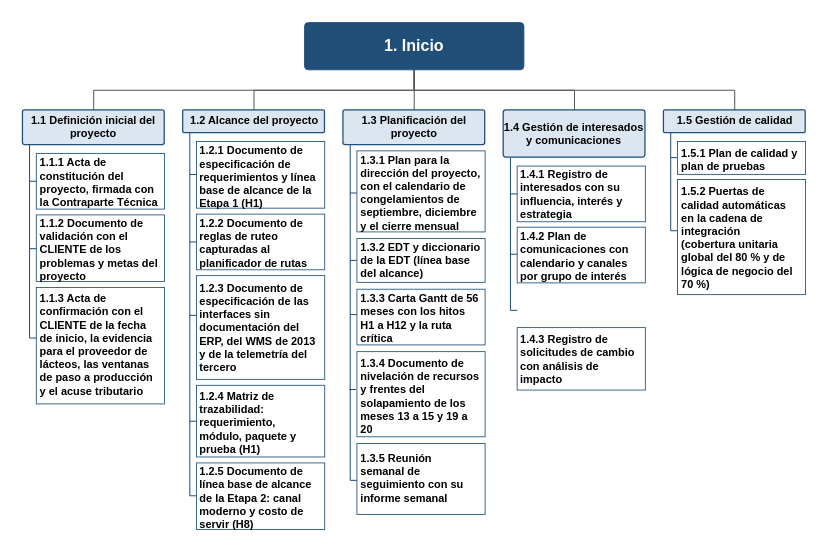
Earlier version of the draw.io diagram imagenes/Imagenes de la edt/EDT-Fase 1 (1 de 2).drawio (PatricioH315/LafroX). Source tidied: cells renumbered, new cells numbered last; positions are measured from the earlier drawing's top-left corner, leaving out a move shared by most shapes. Both pictures are drawn from the tidied source at 132%, with x=0, y=0 at pixel (21, 22).
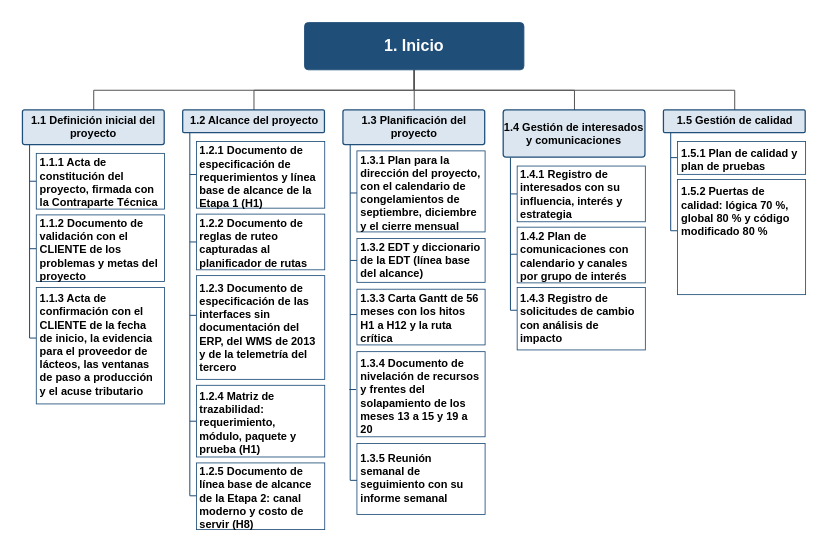
After the change.

The edit, as a diff of the source:
```diff
@@
-    <mxCell id="28" style="endArrow=none;html=1;rounded=0;strokeColor=#1F4E79;strokeWidth=0.767;" parent="1" edge="1">
+    <mxCell id="28" style="endArrow=none;html=1;rounded=0;strokeColor=#1F4E79;strokeWidth=0.767;entryX=0;entryY=0.36477056;entryPerimeter=0;" parent="1" edge="1" target="59">
       <mxGeometry relative="1" as="geometry">
         <mxPoint x="370.2" y="217.6" as="sourcePoint" />
-        <mxPoint x="375.3" y="217.6" as="targetPoint" />
       </mxGeometry>
     </mxCell>
@@
     <mxCell id="59" value="&lt;b&gt;1.4.3 Registro de&lt;/b&gt;&lt;br&gt;&lt;b&gt;solicitudes de cambio&lt;/b&gt;&lt;br&gt;&lt;b&gt;con análisis de&lt;/b&gt;&lt;br&gt;&lt;b&gt;impacto&lt;/b&gt;" style="rounded=0;whiteSpace=nowrap;html=1;fillColor=#FFFFFF;strokeColor=#1F4E79;strokeWidth=0.639;spacing=0;fontFamily=Arial;fontSize=8.308;fontColor=#000000;fontStyle=0;align=left;verticalAlign=top;spacingLeft=3.51;spacingTop=-0.25;" parent="1" vertex="1">
-      <mxGeometry x="375.3" y="230.7" width="97.1" height="47.3" as="geometry" />
+      <mxGeometry x="375.3" y="200.3" width="97.1" height="47.3" as="geometry" />
     </mxCell>
@@
-    <mxCell id="62" value="&lt;b&gt;1.5.2 Puertas de&lt;/b&gt;&lt;br&gt;&lt;b&gt;calidad automáticas&lt;/b&gt;&lt;br&gt;&lt;b&gt;en la cadena de&lt;/b&gt;&lt;br&gt;&lt;b&gt;integración&lt;/b&gt;&lt;br&gt;&lt;b&gt;(cobertura unitaria&lt;/b&gt;&lt;br&gt;&lt;b&gt;global del 80 % y de&lt;/b&gt;&lt;br&gt;&lt;b&gt;lógica de negocio del&lt;/b&gt;&lt;br&gt;&lt;b&gt;70 %)&lt;/b&gt;" style="rounded=0;whiteSpace=nowrap;html=1;fillColor=#FFFFFF;strokeColor=#1F4E79;strokeWidth=0.639;spacing=0;fontFamily=Arial;fontSize=8.308;fontColor=#000000;fontStyle=0;align=left;verticalAlign=top;spacingLeft=3.51;spacingTop=0.39;" parent="1" vertex="1">
+    <mxCell id="62" value="&lt;b&gt;1.5.2 Puertas de&lt;/b&gt;&lt;br&gt;&lt;b&gt;calidad: lógica 70 %,&lt;/b&gt;&lt;br&gt;&lt;b&gt;global 80 % y código&lt;/b&gt;&lt;br&gt;&lt;b&gt;modificado 80 %&lt;/b&gt;" style="rounded=0;whiteSpace=nowrap;html=1;fillColor=#FFFFFF;strokeColor=#1F4E79;strokeWidth=0.639;spacing=0;fontFamily=Arial;fontSize=8.308;fontColor=#000000;fontStyle=0;align=left;verticalAlign=top;spacingLeft=3.51;spacingTop=0.39;" parent="1" vertex="1">
       <mxGeometry x="496.7" y="118.5" width="97.1" height="87.2" as="geometry" />
     </mxCell>
```
